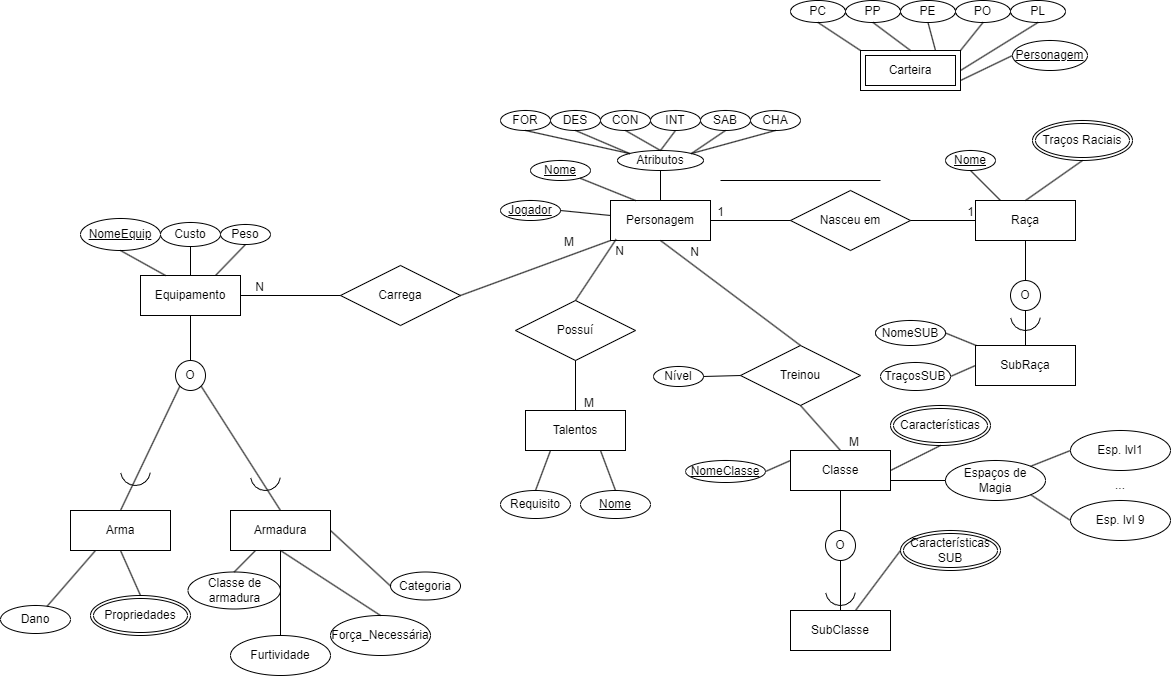
The draw.io diagram DER.png in VitorFonseca123/DnD-RPG, before a commit. Source tidied: cells renumbered, new cells last; positions are measured from the earlier drawing's top-left corner, leaving out a move shared by most shapes.
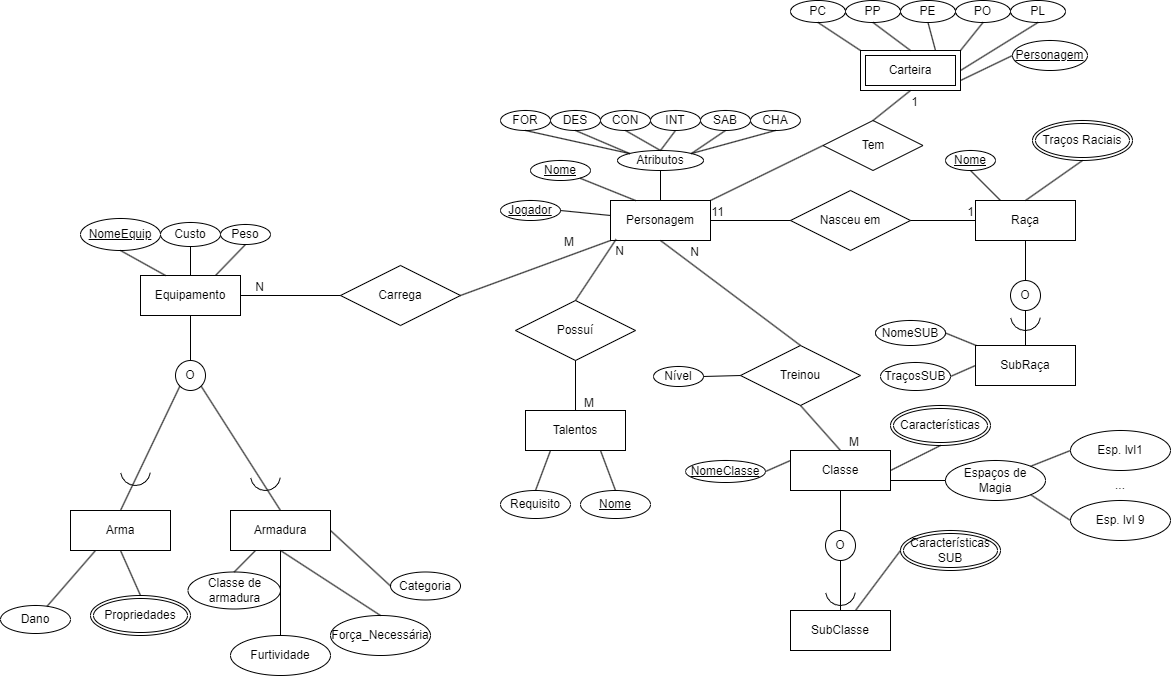
The same diagram one commit later.

The edit, as a diff of the source:
```diff
@@ -358,12 +358,6 @@
     <mxCell id="115" style="endArrow=none;html=1;rounded=0;exitX=0;exitY=0.5;exitDx=0;exitDy=0;entryX=1;entryY=0.75;entryDx=0;entryDy=0;" parent="1" edge="1" source="114" target="108">
       <mxGeometry relative="1" as="geometry" />
     </mxCell>
-    <mxCell id="116" style="endArrow=none;html=1;rounded=0;" parent="1" edge="1">
-      <mxGeometry relative="1" as="geometry">
-        <mxPoint x="720" y="180" as="sourcePoint" />
-        <mxPoint x="880" y="180" as="targetPoint" />
-      </mxGeometry>
-    </mxCell>
     <mxCell id="117" style="endArrow=none;html=1;rounded=0;exitX=0.5;exitY=1;exitDx=0;exitDy=0;entryX=1;entryY=0.5;entryDx=0;entryDy=0;" parent="1" edge="1" source="113" target="108">
       <mxGeometry relative="1" as="geometry" />
     </mxCell>
@@ -379,5 +373,26 @@
     <mxCell id="121" style="endArrow=none;html=1;rounded=0;exitX=0.5;exitY=1;exitDx=0;exitDy=0;entryX=0;entryY=0;entryDx=0;entryDy=0;" parent="1" edge="1" source="110" target="108">
       <mxGeometry relative="1" as="geometry" />
     </mxCell>
+    <mxCell id="122" value="Tem" style="shape=rhombus;perimeter=rhombusPerimeter;whiteSpace=wrap;html=1;align=center;" parent="1" vertex="1">
+      <mxGeometry x="822.5" y="120" width="100" height="50" as="geometry" />
+    </mxCell>
+    <mxCell id="123" style="endArrow=none;html=1;rounded=0;exitX=0.5;exitY=0;exitDx=0;exitDy=0;entryX=0.056;entryY=0.97;entryDx=0;entryDy=0;entryPerimeter=0;" parent="1" edge="1" source="122">
+      <mxGeometry relative="1" as="geometry">
+        <mxPoint x="910" y="90" as="targetPoint" />
+      </mxGeometry>
+    </mxCell>
+    <mxCell id="124" value="1" style="html=1;whiteSpace=wrap;align=right;verticalAlign=bottom;" parent="123" vertex="1">
+      <mxGeometry x="1" relative="1" as="geometry">
+        <mxPoint x="9" y="20" as="offset" />
+      </mxGeometry>
+    </mxCell>
+    <mxCell id="125" style="endArrow=none;html=1;rounded=0;exitX=0;exitY=0.5;exitDx=0;exitDy=0;entryX=1;entryY=0;entryDx=0;entryDy=0;" parent="1" edge="1" source="122" target="2">
+      <mxGeometry relative="1" as="geometry" />
+    </mxCell>
+    <mxCell id="126" value="1" style="html=1;whiteSpace=wrap;align=right;verticalAlign=bottom;" parent="125" vertex="1">
+      <mxGeometry x="1" relative="1" as="geometry">
+        <mxPoint x="9" y="20" as="offset" />
+      </mxGeometry>
+    </mxCell>
   </root>
 </mxGraphModel>
```
